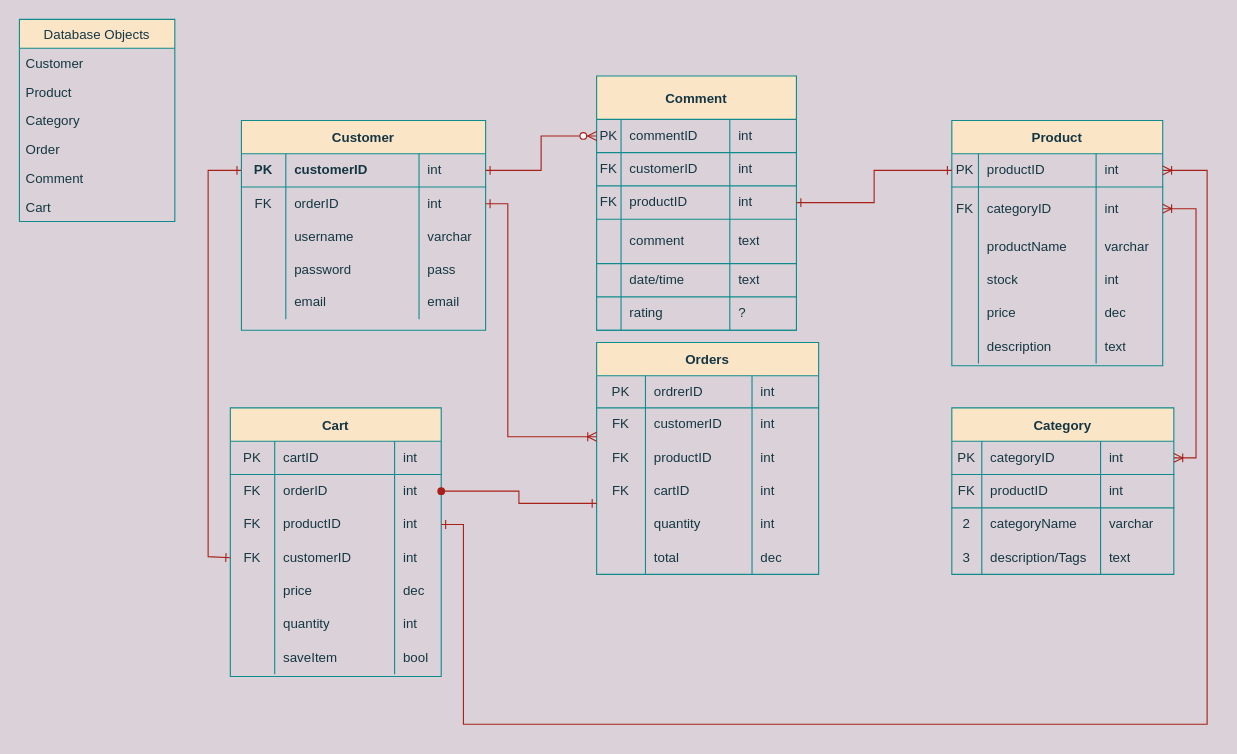
Before: marketplace.drawio in pfigz/marketplace, a draw.io diagram. Source tidied: cells renumbered, new cells numbered last; positions are measured from the earlier drawing's top-left corner, leaving out a move shared by most shapes. Both pictures are drawn from the tidied source at 111%, with x=0, y=0 at pixel (19, 19).
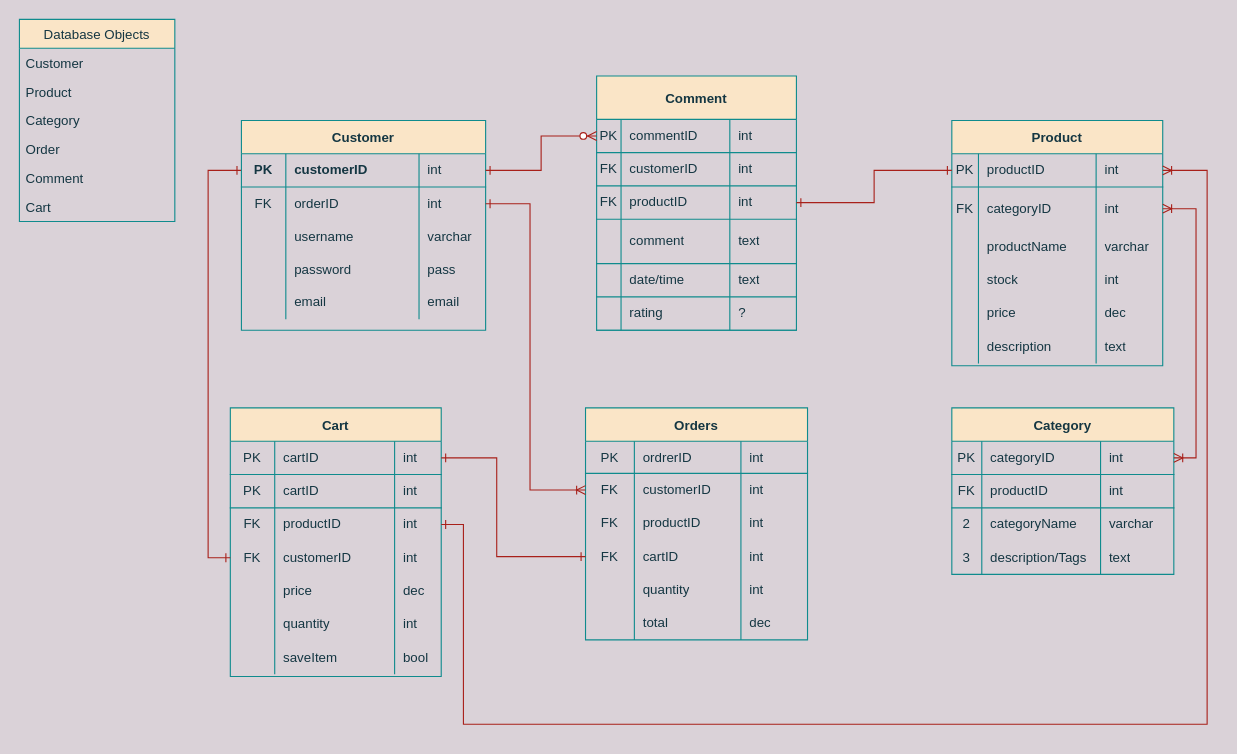
Above is the later version.

Unchanged cells that the change refers to:
```xml
<mxCell id="31" style="shape=partialRectangle;html=1;whiteSpace=wrap;fillColor=none;top=0;left=0;bottom=0;right=0;points=[[0,0.5],[1,0.5]];portConstraint=eastwest;strokeColor=#0F8B8D;fontColor=#143642;" parent="26" vertex="1">
  <mxGeometry y="59" width="200" height="30" as="geometry" />
</mxCell>
<mxCell id="39" style="shape=partialRectangle;html=1;whiteSpace=wrap;fillColor=none;top=0;left=0;bottom=0;right=0;points=[[0,0.5],[1,0.5]];portConstraint=eastwest;strokeColor=#0F8B8D;fontColor=#143642;" parent="26" vertex="1">
  <mxGeometry y="119" width="200" height="30" as="geometry" />
</mxCell>
<mxCell id="101" value="Cart" style="shape=table;startSize=30;childLayout=tableLayout;rowLines=0;fontStyle=1;align=center;fillColor=#FAE5C7;strokeColor=#0F8B8D;fontColor=#143642;" parent="1" vertex="1">
  <mxGeometry x="190" y="350" width="190" height="242" as="geometry" />
</mxCell>
<mxCell id="102" style="shape=partialRectangle;html=1;whiteSpace=wrap;fillColor=none;top=0;left=0;bottom=1;right=0;points=[[0,0.5],[1,0.5]];portConstraint=eastwest;strokeColor=#0F8B8D;fontColor=#143642;" parent="101" vertex="1">
  <mxGeometry y="30" width="190" height="30" as="geometry" />
</mxCell>
<mxCell id="114" style="shape=partialRectangle;html=1;whiteSpace=wrap;fillColor=none;top=0;left=0;bottom=0;right=0;points=[[0,0.5],[1,0.5]];portConstraint=eastwest;strokeColor=#0F8B8D;fontColor=#143642;" parent="101" vertex="1">
  <mxGeometry y="120" width="190" height="30" as="geometry" />
</mxCell>
<mxCell id="126" style="shape=partialRectangle;html=1;whiteSpace=wrap;fillColor=none;top=0;left=0;bottom=0;right=0;strokeColor=#0F8B8D;fontColor=#143642;" parent="101" vertex="1">
  <mxGeometry y="210" width="190" height="30" as="geometry" />
</mxCell>
<mxCell id="132" style="shape=partialRectangle;html=1;whiteSpace=wrap;fillColor=none;top=0;left=0;bottom=1;right=0;points=[[0,0.5],[1,0.5]];portConstraint=eastwest;strokeColor=#0F8B8D;fontColor=#143642;" parent="131" vertex="1">
  <mxGeometry y="30" width="220" height="30" as="geometry" />
</mxCell>
<mxCell id="136" style="shape=partialRectangle;html=1;whiteSpace=wrap;fillColor=none;top=0;left=0;bottom=0;right=0;points=[[0,0.5],[1,0.5]];portConstraint=eastwest;strokeColor=#0F8B8D;fontColor=#143642;" parent="131" vertex="1">
  <mxGeometry y="60" width="220" height="30" as="geometry" />
</mxCell>
```

The edit, as a diff of the source:
```diff
@@
     <mxCell id="26" value="Orders" style="shape=table;startSize=30;childLayout=tableLayout;rowLines=0;fontStyle=1;align=center;fillColor=#FAE5C7;strokeColor=#0F8B8D;fontColor=#143642;" parent="1" vertex="1">
-      <mxGeometry x="520" y="291" width="200" height="209" as="geometry" />
+      <mxGeometry x="510" y="350" width="200" height="209" as="geometry" />
     </mxCell>
@@
-    <mxCell id="106" style="shape=partialRectangle;html=1;whiteSpace=wrap;fillColor=none;top=0;left=0;bottom=0;right=0;points=[[0,0.5],[1,0.5]];portConstraint=eastwest;strokeColor=#0F8B8D;fontColor=#143642;" parent="101" vertex="1">
-      <mxGeometry y="60" width="190" height="30" as="geometry" />
-    </mxCell>
-    <mxCell id="107" value="FK" style="shape=partialRectangle;html=1;whiteSpace=wrap;fillColor=none;top=0;left=0;bottom=0;right=0;overflow=hidden;strokeColor=#0F8B8D;fontColor=#143642;" parent="106" vertex="1">
-      <mxGeometry width="40" height="30" as="geometry" />
-    </mxCell>
-    <mxCell id="108" value="orderID" style="shape=partialRectangle;html=1;whiteSpace=wrap;fillColor=none;top=0;left=0;bottom=0;right=0;align=left;spacingLeft=6;overflow=hidden;strokeColor=#0F8B8D;fontColor=#143642;" parent="106" vertex="1">
-      <mxGeometry x="40" width="108" height="30" as="geometry" />
-    </mxCell>
+    <mxCell id="158" style="shape=partialRectangle;html=1;whiteSpace=wrap;fillColor=none;top=0;left=0;bottom=1;right=0;strokeColor=#0F8B8D;fontColor=#143642;" parent="101" vertex="1">
+      <mxGeometry y="60" width="190" height="30" as="geometry" />
+    </mxCell>
+    <mxCell id="159" value="PK" style="shape=partialRectangle;html=1;whiteSpace=wrap;fillColor=none;top=0;left=0;bottom=0;right=0;overflow=hidden;strokeColor=#0F8B8D;fontColor=#143642;" parent="158" vertex="1">
+      <mxGeometry width="40" height="30" as="geometry" />
+    </mxCell>
+    <mxCell id="160" value="cartID" style="shape=partialRectangle;html=1;whiteSpace=wrap;fillColor=none;top=0;left=0;bottom=0;right=0;align=left;spacingLeft=6;overflow=hidden;strokeColor=#0F8B8D;fontColor=#143642;" parent="158" vertex="1">
+      <mxGeometry x="40" width="108" height="30" as="geometry" />
+    </mxCell>
-    <mxCell id="109" value="int" style="shape=partialRectangle;html=1;whiteSpace=wrap;fillColor=none;top=0;left=0;bottom=0;right=0;align=left;spacingLeft=6;overflow=hidden;strokeColor=#0F8B8D;fontColor=#143642;" parent="106" vertex="1">
+    <mxCell id="109" value="int" style="shape=partialRectangle;html=1;whiteSpace=wrap;fillColor=none;top=0;left=0;bottom=0;right=0;align=left;spacingLeft=6;overflow=hidden;strokeColor=#0F8B8D;fontColor=#143642;" parent="158" vertex="1">
       <mxGeometry x="148" width="42" height="30" as="geometry" />
     </mxCell>
@@
-    <mxCell id="127" style="shape=partialRectangle;html=1;whiteSpace=wrap;fillColor=none;top=0;left=0;bottom=0;right=0;overflow=hidden;strokeColor=#0F8B8D;fontColor=#143642;" parent="126" vertex="1">
+    <mxCell id="127" value="&lt;br&gt;" style="shape=partialRectangle;html=1;whiteSpace=wrap;fillColor=none;top=0;left=0;bottom=0;right=0;overflow=hidden;strokeColor=#0F8B8D;fontColor=#143642;" parent="126" vertex="1">
       <mxGeometry width="40" height="30" as="geometry" />
     </mxCell>
@@
     <mxCell id="130" style="edgeStyle=orthogonalEdgeStyle;rounded=0;jettySize=auto;html=1;exitX=0;exitY=0.5;exitDx=0;exitDy=0;entryX=0;entryY=0.5;entryDx=0;entryDy=0;startArrow=ERone;startFill=0;endArrow=ERone;endFill=0;labelBackgroundColor=#DAD2D8;strokeColor=#A8201A;fontColor=#143642;" parent="1" edge="1" source="132" target="114">
       <mxGeometry relative="1" as="geometry">
         <Array as="points">
           <mxPoint x="170" y="136" />
-          <mxPoint x="170" y="484" />
+          <mxPoint x="170" y="485" />
         </Array>
       </mxGeometry>
     </mxCell>
@@
-    <mxCell id="154" style="edgeStyle=orthogonalEdgeStyle;rounded=0;jettySize=auto;html=1;startArrow=ERone;startFill=0;endArrow=ERoneToMany;endFill=0;labelBackgroundColor=#DAD2D8;strokeColor=#A8201A;fontColor=#143642;exitX=1;exitY=0.5;exitDx=0;exitDy=0;" parent="1" edge="1" source="136">
+    <mxCell id="154" style="edgeStyle=orthogonalEdgeStyle;rounded=0;jettySize=auto;html=1;startArrow=ERone;startFill=0;endArrow=ERoneToMany;endFill=0;labelBackgroundColor=#DAD2D8;strokeColor=#A8201A;fontColor=#143642;exitX=1;exitY=0.5;exitDx=0;exitDy=0;entryX=0;entryY=0.5;entryDx=0;entryDy=0;" parent="1" edge="1" source="136" target="31">
       <mxGeometry relative="1" as="geometry">
-        <mxPoint x="520" y="376" as="targetPoint" />
         <Array as="points">
-          <mxPoint x="440" y="166" />
-          <mxPoint x="440" y="376" />
+          <mxPoint x="460" y="166" />
+          <mxPoint x="460" y="424" />
         </Array>
       </mxGeometry>
     </mxCell>
@@
-    <mxCell id="157" style="edgeStyle=orthogonalEdgeStyle;rounded=0;jettySize=auto;html=1;exitX=1;exitY=0.5;exitDx=0;exitDy=0;startArrow=oval;startFill=1;endArrow=ERone;endFill=0;labelBackgroundColor=#DAD2D8;strokeColor=#A8201A;fontColor=#143642;" parent="1" edge="1" source="106">
-      <mxGeometry relative="1" as="geometry">
-        <mxPoint x="520" y="436" as="targetPoint" />
-        <Array as="points">
-          <mxPoint x="450" y="425" />
-          <mxPoint x="450" y="436" />
-        </Array>
-      </mxGeometry>
-    </mxCell>
+    <mxCell id="161" style="edgeStyle=orthogonalEdgeStyle;rounded=0;jettySize=auto;html=1;exitX=1;exitY=0.5;exitDx=0;exitDy=0;entryX=0;entryY=0.5;entryDx=0;entryDy=0;startArrow=ERone;startFill=0;endArrow=ERone;endFill=0;fillColor=#a20025;strokeColor=#A8201A;" parent="1" edge="1" source="102" target="39">
+      <mxGeometry relative="1" as="geometry">
+        <Array as="points">
+          <mxPoint x="430" y="395" />
+          <mxPoint x="430" y="484" />
+        </Array>
+      </mxGeometry>
+    </mxCell>
```
